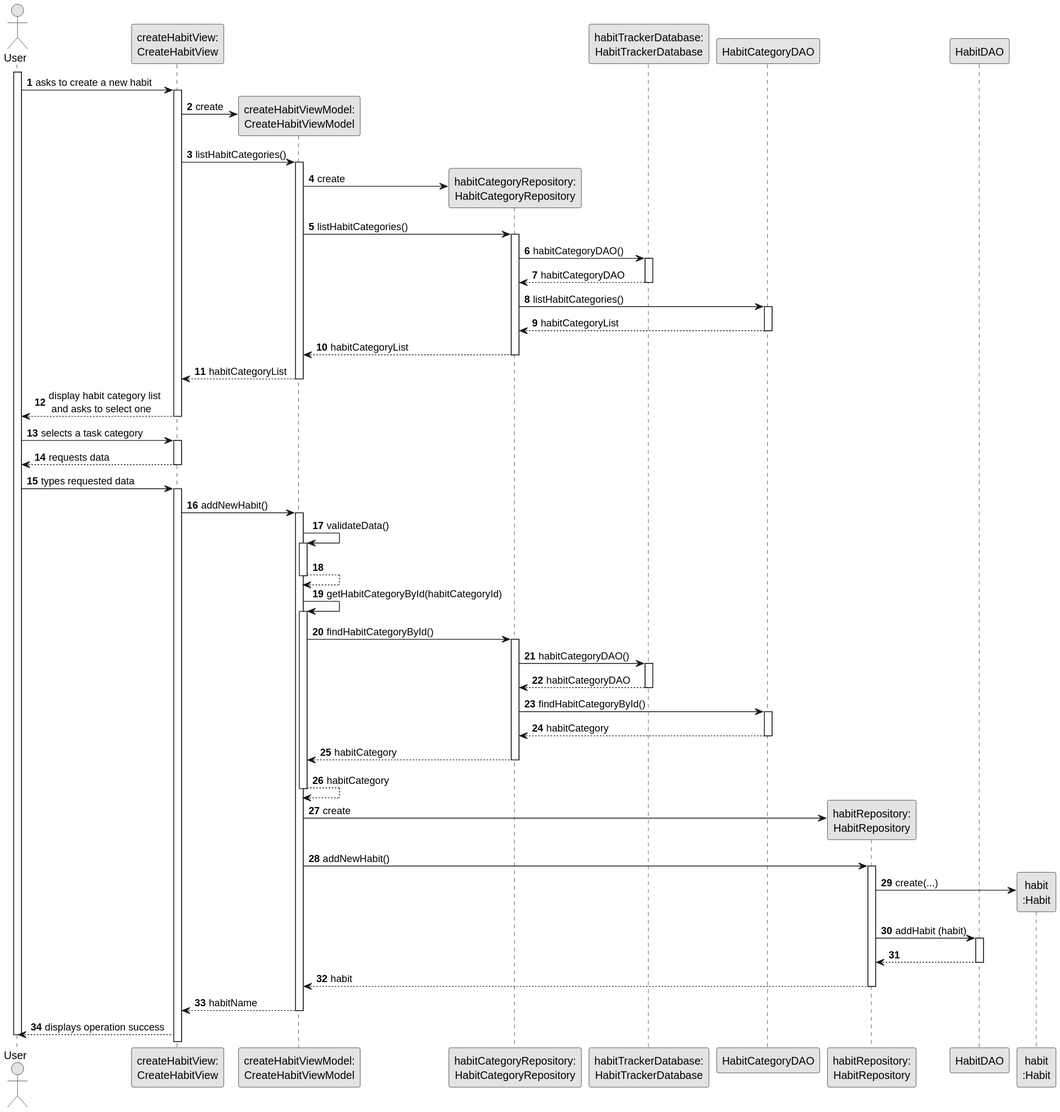
This is docs/US001/03.design/svg/us001-sequence-diagram.svg from RodrigoSousa497/HabitTracker, a PlantUML export, as it was before one commit.
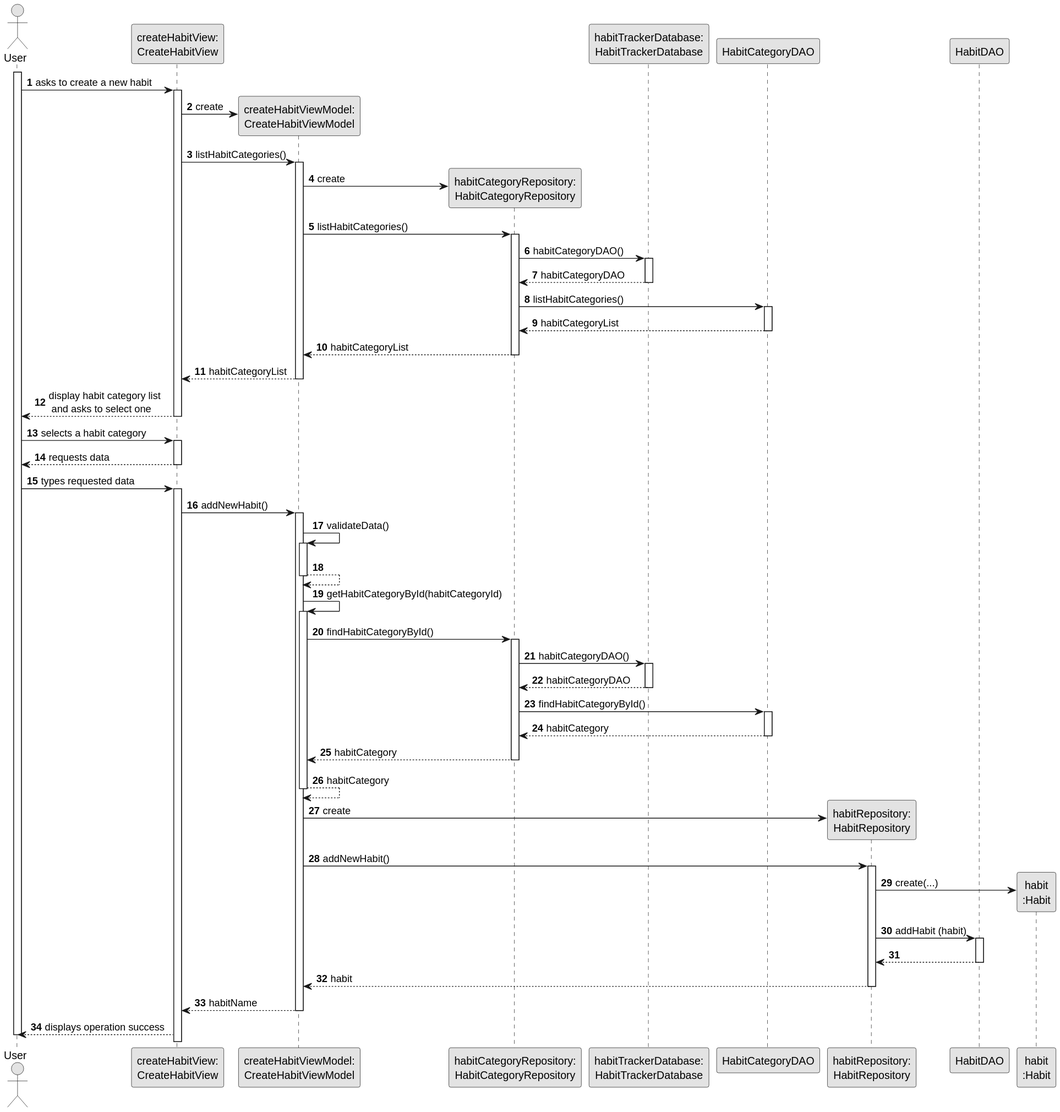
Above is the later version.

What changed in the source:
```diff
@@ -51,7 +51,7 @@
             View --> User : display habit category list\n and asks to select one
         deactivate View
 
-    User -> View : selects a task category
+    User -> View : selects a habit category
     activate View
 
         View --> User : requests data
```
